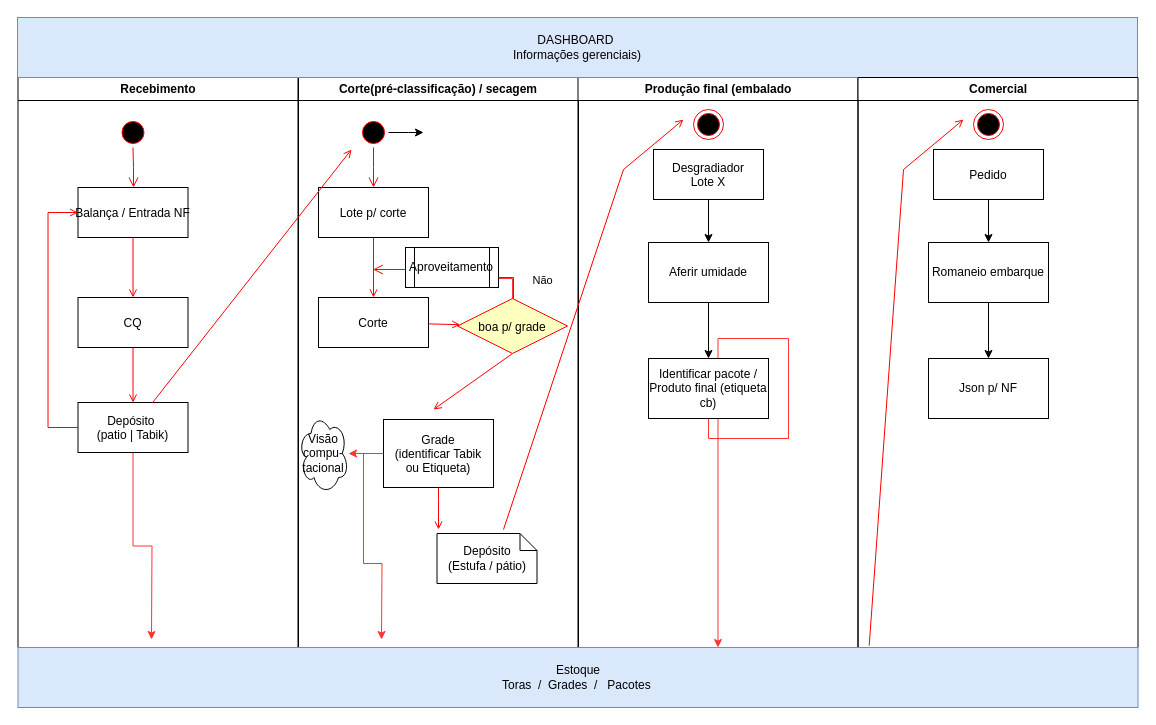
This is Untitled Diagram.drawio from idenirfrozza/drawTeste, a draw.io file, before an edit. Source tidied: cells renumbered, new cells numbered last; positions are measured from the earlier drawing's top-left corner, leaving out a move shared by most shapes. Both pictures are drawn from the tidied source at 100%, with x=0, y=0 at pixel (17, 17).
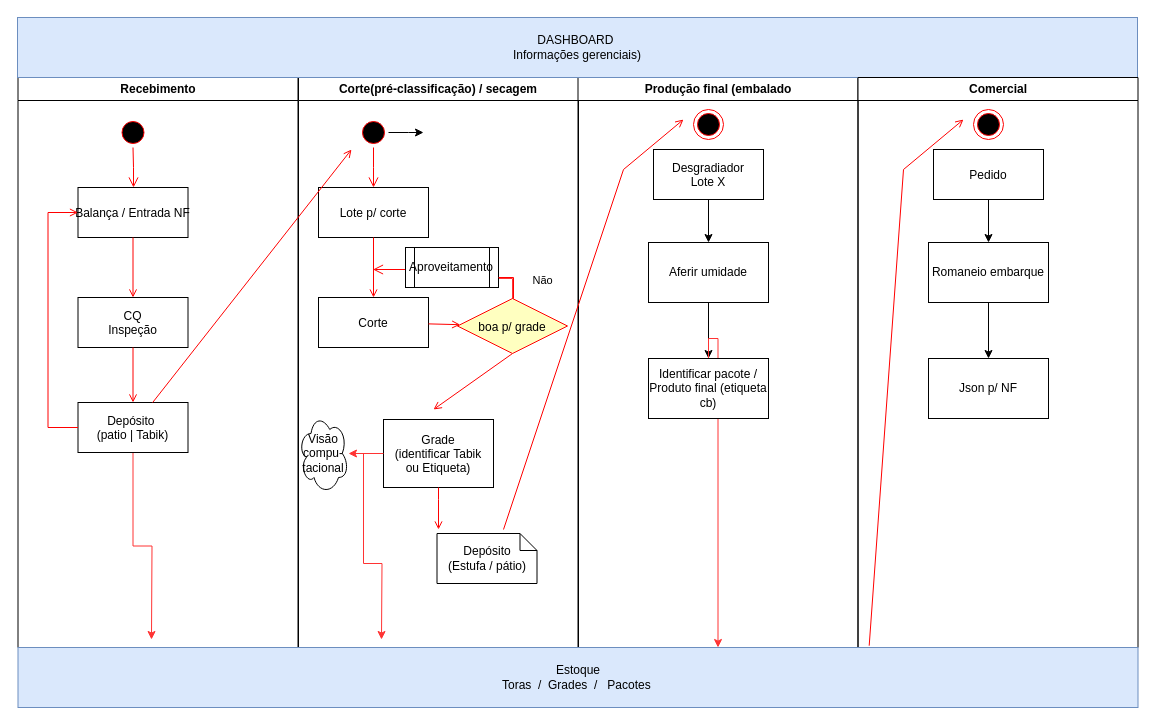
The same diagram, later.

Unchanged cells that the change refers to:
```xml
<mxCell id="2" value="Recebimento" style="swimlane;whiteSpace=wrap;" parent="1" vertex="1">
  <mxGeometry x="0.5" y="60" width="280" height="570" as="geometry" />
</mxCell>
<mxCell id="31" value="Produção final (embalado" style="swimlane;whiteSpace=wrap;" parent="1" vertex="1">
  <mxGeometry x="560.5" y="60" width="280" height="570" as="geometry" />
</mxCell>
<mxCell id="39" value="Identificar pacote / Produto final (etiqueta cb)" style="whiteSpace=wrap;html=1;" parent="31" vertex="1">
  <mxGeometry x="70.5" y="281" width="120" height="60" as="geometry" />
</mxCell>
```

Change to the diagram source:
```diff
@@
-    <mxCell id="6" value="CQ" parent="2" vertex="1">
+    <mxCell id="6" value="CQ&#10;Inspeção" parent="2" vertex="1">
       <mxGeometry x="60" y="220" width="110" height="50" as="geometry" />
     </mxCell>
@@
-    <mxCell id="38" style="edgeStyle=orthogonalEdgeStyle;rounded=0;jettySize=auto;html=1;exitX=0.5;exitY=1;exitDx=0;exitDy=0;entryX=0.5;entryY=1;entryDx=0;entryDy=0;strokeColor=#FF3333;" parent="31" edge="1" source="39" target="31">
+    <mxCell id="38" style="edgeStyle=orthogonalEdgeStyle;rounded=0;jettySize=auto;html=1;entryX=0.5;entryY=1;entryDx=0;entryDy=0;strokeColor=#FF3333;" parent="31" edge="1" source="39" target="31">
       <mxGeometry relative="1" as="geometry" />
     </mxCell>
```
